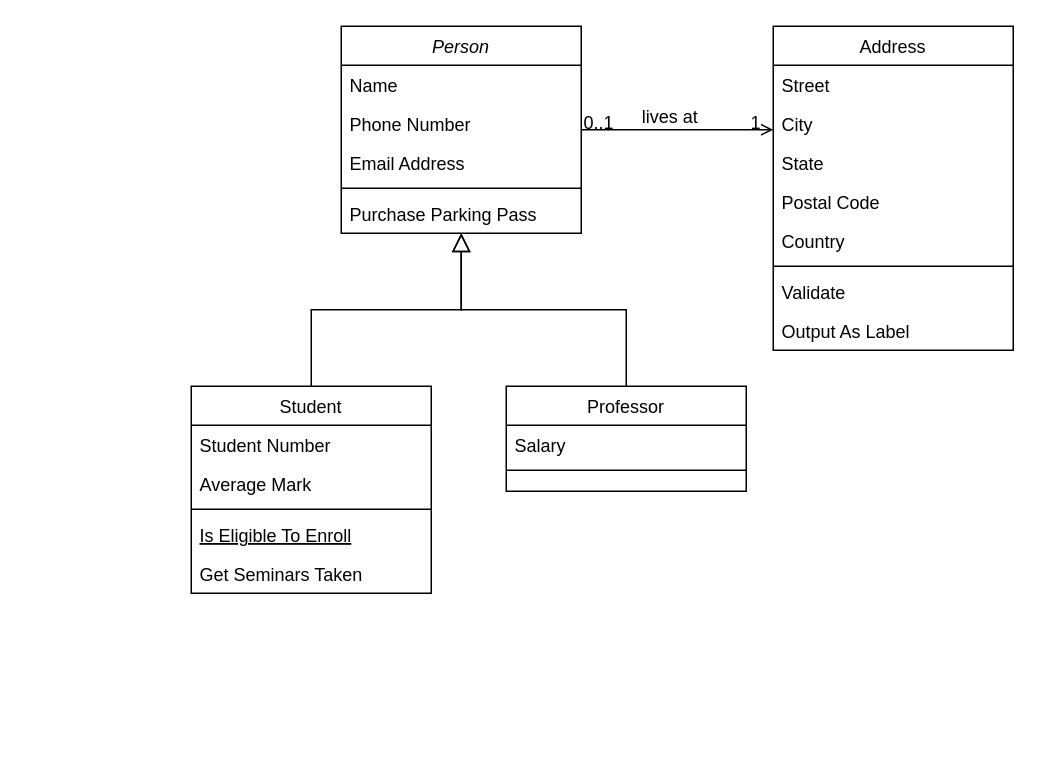
This is Untitled Diagram.drawio from MinhDucoder/QuanLiKTX, a draw.io file, before an edit. Source tidied: cells renumbered, new cells numbered last; positions are measured from the earlier drawing's top-left corner, leaving out a move shared by most shapes. Both pictures are drawn from the tidied source at 150%, with x=0, y=0 at pixel (190, 26).
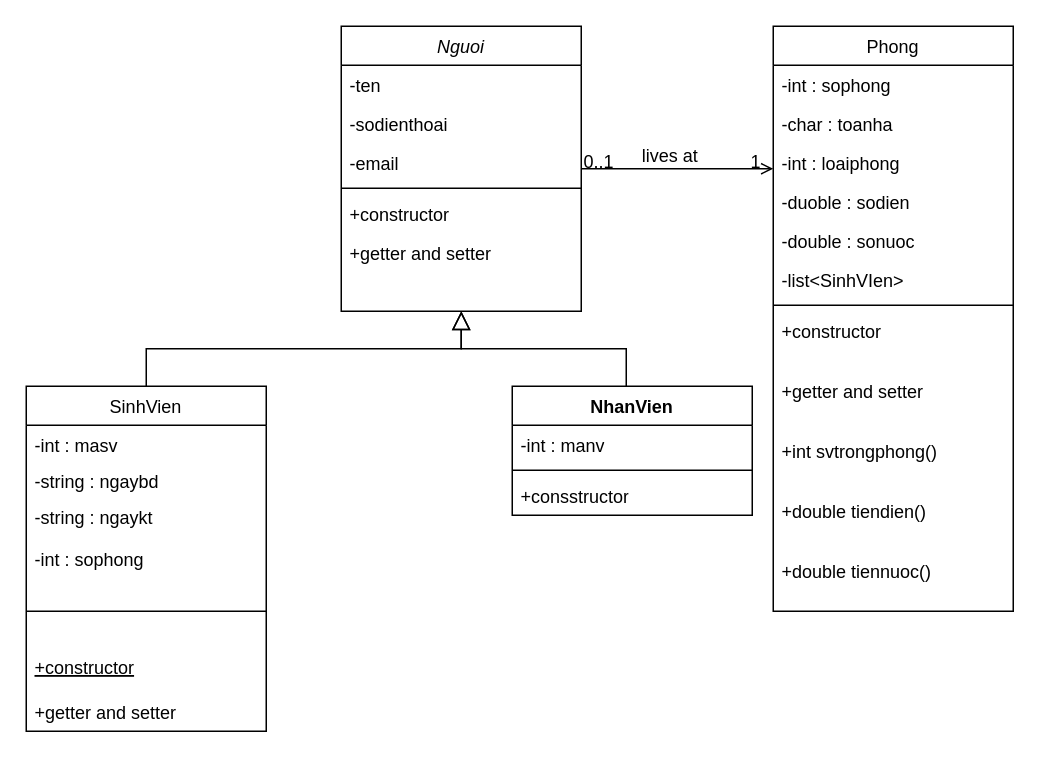
Above is the later version.

The edit, as a diff of the source:
```diff
@@
-    <mxCell id="2" value="Person" style="swimlane;fontStyle=2;align=center;verticalAlign=top;horizontal=1;startSize=26;rounded=0;shadow=0;strokeWidth=1;" parent="1" vertex="1">
-      <mxGeometry x="100" width="160" height="138" as="geometry" />
+    <mxCell id="2" value="Nguoi" style="swimlane;fontStyle=2;align=center;verticalAlign=top;horizontal=1;startSize=26;rounded=0;shadow=0;strokeWidth=1;" parent="1" vertex="1">
+      <mxGeometry x="100" width="160" height="190" as="geometry" />
     </mxCell>
-    <mxCell id="3" value="Name" style="text;align=left;verticalAlign=top;spacingLeft=4;spacingRight=4;overflow=hidden;" parent="2" vertex="1">
+    <mxCell id="3" value="-ten" style="text;align=left;verticalAlign=top;spacingLeft=4;spacingRight=4;overflow=hidden;" parent="2" vertex="1">
       <mxGeometry y="26" width="160" height="26" as="geometry" />
     </mxCell>
-    <mxCell id="4" value="Phone Number" style="text;align=left;verticalAlign=top;spacingLeft=4;spacingRight=4;overflow=hidden;rounded=0;shadow=0;html=0;" parent="2" vertex="1">
+    <mxCell id="4" value="-sodienthoai" style="text;align=left;verticalAlign=top;spacingLeft=4;spacingRight=4;overflow=hidden;rounded=0;shadow=0;html=0;" parent="2" vertex="1">
       <mxGeometry y="52" width="160" height="26" as="geometry" />
     </mxCell>
-    <mxCell id="5" value="Email Address" style="text;align=left;verticalAlign=top;spacingLeft=4;spacingRight=4;overflow=hidden;rounded=0;shadow=0;html=0;" parent="2" vertex="1">
+    <mxCell id="5" value="-email" style="text;align=left;verticalAlign=top;spacingLeft=4;spacingRight=4;overflow=hidden;rounded=0;shadow=0;html=0;" parent="2" vertex="1">
       <mxGeometry y="78" width="160" height="26" as="geometry" />
     </mxCell>
@@
-    <mxCell id="7" value="Purchase Parking Pass" style="text;align=left;verticalAlign=top;spacingLeft=4;spacingRight=4;overflow=hidden;" parent="2" vertex="1">
+    <mxCell id="7" value="+constructor&#10;" style="text;align=left;verticalAlign=top;spacingLeft=4;spacingRight=4;overflow=hidden;" parent="2" vertex="1">
       <mxGeometry y="112" width="160" height="26" as="geometry" />
     </mxCell>
+    <mxCell id="32" value="+getter and setter" style="text;align=left;verticalAlign=top;spacingLeft=4;spacingRight=4;overflow=hidden;" parent="2" vertex="1">
+      <mxGeometry y="138" width="160" height="26" as="geometry" />
+    </mxCell>
+    <mxCell id="33" value="&#10;" style="text;align=left;verticalAlign=top;spacingLeft=4;spacingRight=4;overflow=hidden;" parent="2" vertex="1">
+      <mxGeometry y="164" width="160" height="26" as="geometry" />
+    </mxCell>
-    <mxCell id="8" value="Student" style="swimlane;fontStyle=0;align=center;verticalAlign=top;horizontal=1;startSize=26;rounded=0;shadow=0;strokeWidth=1;" parent="1" vertex="1">
-      <mxGeometry y="240" width="160" height="138" as="geometry" />
+    <mxCell id="8" value="SinhVien" style="swimlane;fontStyle=0;align=center;verticalAlign=top;horizontal=1;startSize=26;rounded=0;shadow=0;strokeWidth=1;" parent="1" vertex="1">
+      <mxGeometry x="-110" y="240" width="160" height="230" as="geometry" />
     </mxCell>
-    <mxCell id="9" value="Student Number" style="text;align=left;verticalAlign=top;spacingLeft=4;spacingRight=4;overflow=hidden;" parent="8" vertex="1">
-      <mxGeometry y="26" width="160" height="26" as="geometry" />
+    <mxCell id="9" value="-int : masv" style="text;align=left;verticalAlign=top;spacingLeft=4;spacingRight=4;overflow=hidden;" parent="8" vertex="1">
+      <mxGeometry y="26" width="160" height="24" as="geometry" />
     </mxCell>
-    <mxCell id="10" value="Average Mark" style="text;align=left;verticalAlign=top;spacingLeft=4;spacingRight=4;overflow=hidden;rounded=0;shadow=0;html=0;" parent="8" vertex="1">
-      <mxGeometry y="52" width="160" height="26" as="geometry" />
-    </mxCell>
+    <mxCell id="34" value="-string : ngaybd" style="text;align=left;verticalAlign=top;spacingLeft=4;spacingRight=4;overflow=hidden;" parent="8" vertex="1">
+      <mxGeometry y="50" width="160" height="24" as="geometry" />
+    </mxCell>
+    <mxCell id="35" value="-string : ngaykt" style="text;align=left;verticalAlign=top;spacingLeft=4;spacingRight=4;overflow=hidden;" parent="8" vertex="1">
+      <mxGeometry y="74" width="160" height="28" as="geometry" />
+    </mxCell>
+    <mxCell id="36" value="-int : sophong" style="text;align=left;verticalAlign=top;spacingLeft=4;spacingRight=4;overflow=hidden;" parent="8" vertex="1">
+      <mxGeometry y="102" width="160" height="24" as="geometry" />
+    </mxCell>
     <mxCell id="11" style="line;html=1;strokeWidth=1;align=left;verticalAlign=middle;spacingTop=-1;spacingLeft=3;spacingRight=3;labelPosition=right;" parent="8" vertex="1">
-      <mxGeometry y="78" width="160" height="8" as="geometry" />
+      <mxGeometry y="126" width="160" height="48" as="geometry" />
     </mxCell>
-    <mxCell id="12" value="Is Eligible To Enroll" style="text;align=left;verticalAlign=top;spacingLeft=4;spacingRight=4;overflow=hidden;fontStyle=4;" parent="8" vertex="1">
-      <mxGeometry y="86" width="160" height="26" as="geometry" />
+    <mxCell id="12" value="+constructor&#10;" style="text;align=left;verticalAlign=top;spacingLeft=4;spacingRight=4;overflow=hidden;fontStyle=4;" parent="8" vertex="1">
+      <mxGeometry y="174" width="160" height="30" as="geometry" />
     </mxCell>
-    <mxCell id="13" value="Get Seminars Taken" style="text;align=left;verticalAlign=top;spacingLeft=4;spacingRight=4;overflow=hidden;" parent="8" vertex="1">
-      <mxGeometry y="112" width="160" height="26" as="geometry" />
+    <mxCell id="13" value="+getter and setter" style="text;align=left;verticalAlign=top;spacingLeft=4;spacingRight=4;overflow=hidden;" parent="8" vertex="1">
+      <mxGeometry y="204" width="160" height="26" as="geometry" />
     </mxCell>
@@
-    <mxCell id="15" value="Professor" style="swimlane;fontStyle=0;align=center;verticalAlign=top;horizontal=1;startSize=26;rounded=0;shadow=0;strokeWidth=1;" parent="1" vertex="1">
-      <mxGeometry x="210" y="240" width="160" height="70" as="geometry" />
-    </mxCell>
-    <mxCell id="16" value="Salary" style="text;align=left;verticalAlign=top;spacingLeft=4;spacingRight=4;overflow=hidden;" parent="15" vertex="1">
-      <mxGeometry y="26" width="160" height="26" as="geometry" />
-    </mxCell>
-    <mxCell id="17" style="line;html=1;strokeWidth=1;align=left;verticalAlign=middle;spacingTop=-1;spacingLeft=3;spacingRight=3;labelPosition=right;" parent="15" vertex="1">
-      <mxGeometry y="52" width="160" height="8" as="geometry" />
-    </mxCell>
-    <mxCell id="18" style="endArrow=block;endSize=10;endFill=0;shadow=0;strokeWidth=1;rounded=0;curved=0;edgeStyle=elbowEdgeStyle;elbow=vertical;" parent="1" edge="1" source="15" target="2">
-      <mxGeometry relative="1" as="geometry" />
+    <mxCell id="18" style="endArrow=block;endSize=10;endFill=0;shadow=0;strokeWidth=1;rounded=0;curved=0;edgeStyle=elbowEdgeStyle;elbow=vertical;" parent="1" edge="1" target="2">
+      <mxGeometry relative="1" as="geometry">
+        <mxPoint x="290" y="240" as="sourcePoint" />
+      </mxGeometry>
     </mxCell>
-    <mxCell id="19" value="Address" style="swimlane;fontStyle=0;align=center;verticalAlign=top;horizontal=1;startSize=26;rounded=0;shadow=0;strokeWidth=1;" parent="1" vertex="1">
-      <mxGeometry x="388" width="160" height="216" as="geometry" />
+    <mxCell id="19" value="Phong" style="swimlane;fontStyle=0;align=center;verticalAlign=top;horizontal=1;startSize=26;rounded=0;shadow=0;strokeWidth=1;" parent="1" vertex="1">
+      <mxGeometry x="388" width="160" height="390" as="geometry" />
     </mxCell>
-    <mxCell id="20" value="Street" style="text;align=left;verticalAlign=top;spacingLeft=4;spacingRight=4;overflow=hidden;" parent="19" vertex="1">
+    <mxCell id="20" value="-int : sophong" style="text;align=left;verticalAlign=top;spacingLeft=4;spacingRight=4;overflow=hidden;" parent="19" vertex="1">
       <mxGeometry y="26" width="160" height="26" as="geometry" />
     </mxCell>
-    <mxCell id="21" value="City" style="text;align=left;verticalAlign=top;spacingLeft=4;spacingRight=4;overflow=hidden;rounded=0;shadow=0;html=0;" parent="19" vertex="1">
+    <mxCell id="21" value="-char : toanha" style="text;align=left;verticalAlign=top;spacingLeft=4;spacingRight=4;overflow=hidden;rounded=0;shadow=0;html=0;" parent="19" vertex="1">
       <mxGeometry y="52" width="160" height="26" as="geometry" />
     </mxCell>
-    <mxCell id="22" value="State" style="text;align=left;verticalAlign=top;spacingLeft=4;spacingRight=4;overflow=hidden;rounded=0;shadow=0;html=0;" parent="19" vertex="1">
+    <mxCell id="22" value="-int : loaiphong" style="text;align=left;verticalAlign=top;spacingLeft=4;spacingRight=4;overflow=hidden;rounded=0;shadow=0;html=0;" parent="19" vertex="1">
       <mxGeometry y="78" width="160" height="26" as="geometry" />
     </mxCell>
-    <mxCell id="23" value="Postal Code" style="text;align=left;verticalAlign=top;spacingLeft=4;spacingRight=4;overflow=hidden;rounded=0;shadow=0;html=0;" parent="19" vertex="1">
+    <mxCell id="23" value="-duoble : sodien" style="text;align=left;verticalAlign=top;spacingLeft=4;spacingRight=4;overflow=hidden;rounded=0;shadow=0;html=0;" parent="19" vertex="1">
       <mxGeometry y="104" width="160" height="26" as="geometry" />
     </mxCell>
-    <mxCell id="24" value="Country" style="text;align=left;verticalAlign=top;spacingLeft=4;spacingRight=4;overflow=hidden;rounded=0;shadow=0;html=0;" parent="19" vertex="1">
+    <mxCell id="24" value="-double : sonuoc" style="text;align=left;verticalAlign=top;spacingLeft=4;spacingRight=4;overflow=hidden;rounded=0;shadow=0;html=0;" parent="19" vertex="1">
       <mxGeometry y="130" width="160" height="26" as="geometry" />
     </mxCell>
+    <mxCell id="37" value="-list&lt;SinhVIen&gt; &#10;" style="text;align=left;verticalAlign=top;spacingLeft=4;spacingRight=4;overflow=hidden;rounded=0;shadow=0;html=0;" parent="19" vertex="1">
+      <mxGeometry y="156" width="160" height="26" as="geometry" />
+    </mxCell>
     <mxCell id="25" style="line;html=1;strokeWidth=1;align=left;verticalAlign=middle;spacingTop=-1;spacingLeft=3;spacingRight=3;labelPosition=right;" parent="19" vertex="1">
-      <mxGeometry y="156" width="160" height="8" as="geometry" />
+      <mxGeometry y="182" width="160" height="8" as="geometry" />
     </mxCell>
-    <mxCell id="26" value="Validate" style="text;align=left;verticalAlign=top;spacingLeft=4;spacingRight=4;overflow=hidden;" parent="19" vertex="1">
-      <mxGeometry y="164" width="160" height="26" as="geometry" />
+    <mxCell id="26" value="+constructor" style="text;align=left;verticalAlign=top;spacingLeft=4;spacingRight=4;overflow=hidden;" parent="19" vertex="1">
+      <mxGeometry y="190" width="160" height="40" as="geometry" />
     </mxCell>
-    <mxCell id="27" value="Output As Label" style="text;align=left;verticalAlign=top;spacingLeft=4;spacingRight=4;overflow=hidden;" parent="19" vertex="1">
-      <mxGeometry y="190" width="160" height="26" as="geometry" />
-    </mxCell>
+    <mxCell id="38" value="+getter and setter" style="text;align=left;verticalAlign=top;spacingLeft=4;spacingRight=4;overflow=hidden;" parent="19" vertex="1">
+      <mxGeometry y="230" width="160" height="40" as="geometry" />
+    </mxCell>
+    <mxCell id="39" value="+int svtrongphong()" style="text;align=left;verticalAlign=top;spacingLeft=4;spacingRight=4;overflow=hidden;" parent="19" vertex="1">
+      <mxGeometry y="270" width="160" height="40" as="geometry" />
+    </mxCell>
+    <mxCell id="40" value="+double tiendien()" style="text;align=left;verticalAlign=top;spacingLeft=4;spacingRight=4;overflow=hidden;" parent="19" vertex="1">
+      <mxGeometry y="310" width="160" height="40" as="geometry" />
+    </mxCell>
+    <mxCell id="41" value="+double tiennuoc()" style="text;align=left;verticalAlign=top;spacingLeft=4;spacingRight=4;overflow=hidden;" parent="19" vertex="1">
+      <mxGeometry y="350" width="160" height="40" as="geometry" />
+    </mxCell>
@@
+    <mxCell id="42" value="NhanVien" style="swimlane;fontStyle=1;align=center;verticalAlign=top;horizontal=1;startSize=26;whiteSpace=wrap;html=1;" parent="1" vertex="1">
+      <mxGeometry x="214" y="240" width="160" height="86" as="geometry" />
+    </mxCell>
+    <mxCell id="43" value="-int : manv" style="text;strokeColor=none;fillColor=none;align=left;verticalAlign=top;spacingLeft=4;spacingRight=4;overflow=hidden;whiteSpace=wrap;html=1;" parent="42" vertex="1">
+      <mxGeometry y="26" width="160" height="26" as="geometry" />
+    </mxCell>
+    <mxCell id="44" style="line;strokeWidth=1;fillColor=none;align=left;verticalAlign=middle;spacingTop=-1;spacingLeft=3;spacingRight=3;labelPosition=right;strokeColor=inherit;" parent="42" vertex="1">
+      <mxGeometry y="52" width="160" height="8" as="geometry" />
+    </mxCell>
+    <mxCell id="45" value="+consstructor" style="text;strokeColor=none;fillColor=none;align=left;verticalAlign=top;spacingLeft=4;spacingRight=4;overflow=hidden;whiteSpace=wrap;html=1;" parent="42" vertex="1">
+      <mxGeometry y="60" width="160" height="26" as="geometry" />
+    </mxCell>
```
